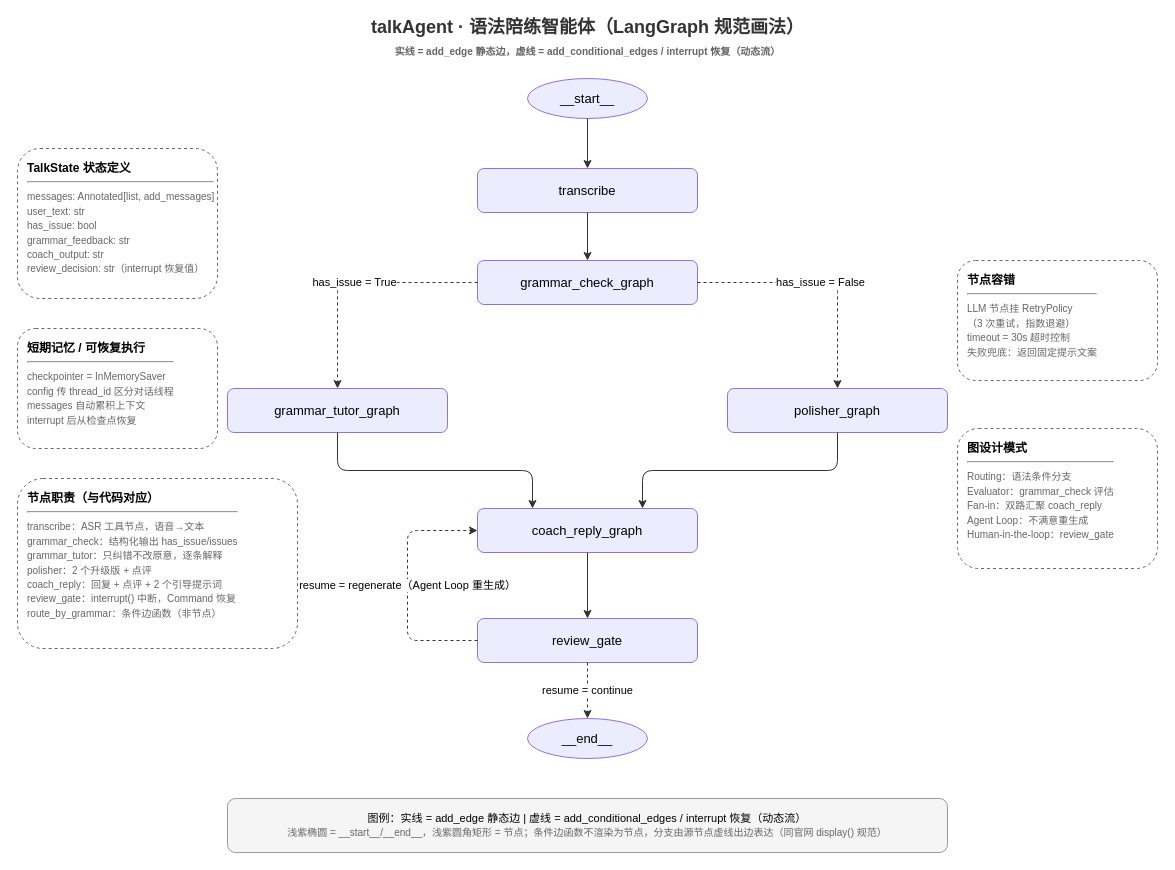
Before: backend/src/talk_agent/document/talk_agent_graph.drawio in Ekko306/dialog-ai, a draw.io diagram. Source tidied: cells renumbered, new cells numbered last; positions are measured from the earlier drawing's top-left corner, leaving out a move shared by most shapes. Both pictures are drawn from the tidied source at 100%, with x=0, y=0 at pixel (17, 18).
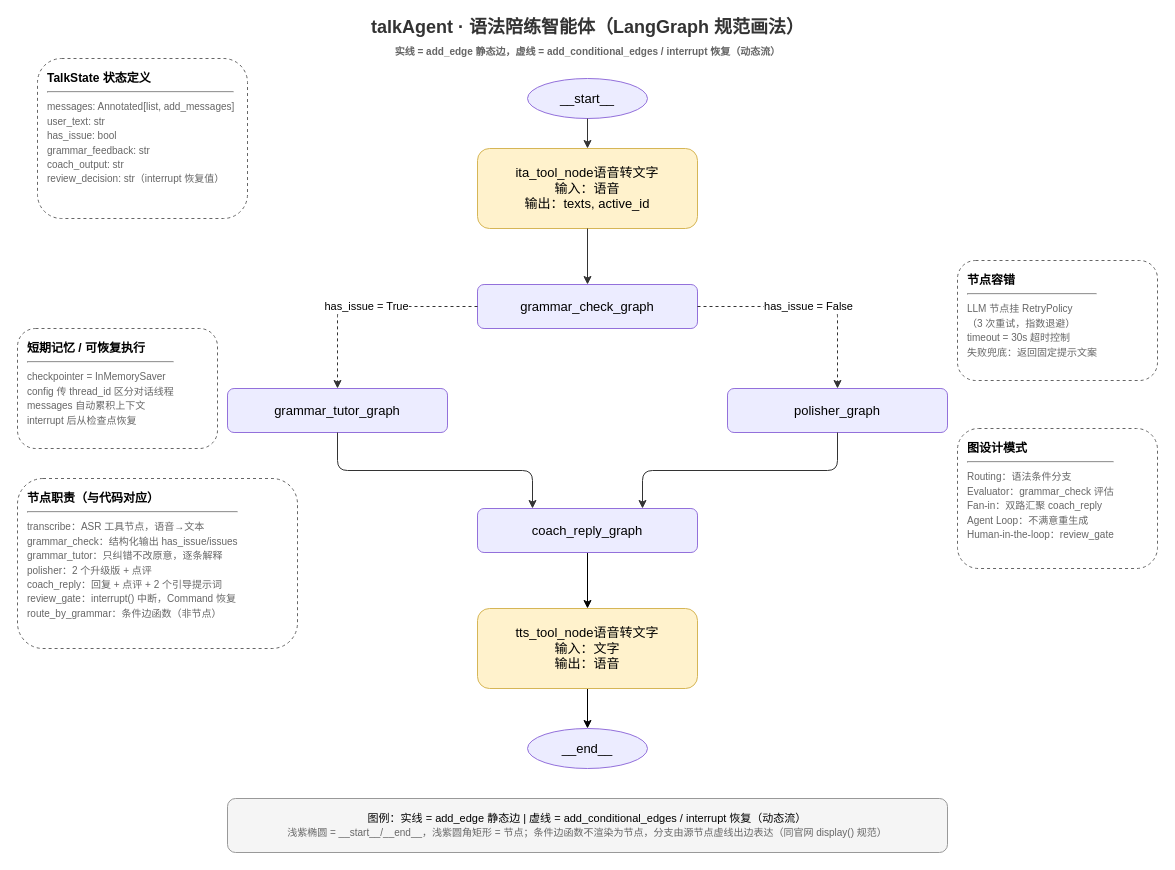
The same diagram, later.

Unchanged cells that the change refers to:
```xml
<mxCell id="8" value="coach_reply_graph" style="rounded=1;whiteSpace=wrap;html=1;fillColor=#ECECFF;strokeColor=#9370DB;fontSize=13;" parent="1" vertex="1">
  <mxGeometry x="460" y="490" width="220" height="44" as="geometry" />
</mxCell>
```

What changed in the source:
```diff
@@
-    <mxCell id="4" value="transcribe" style="rounded=1;whiteSpace=wrap;html=1;fillColor=#ECECFF;strokeColor=#9370DB;fontSize=13;" parent="1" vertex="1">
-      <mxGeometry x="460" y="150" width="220" height="44" as="geometry" />
+    <mxCell id="4" value="ita_tool_node语音转文字&lt;br&gt;输入：语音&lt;br&gt;输出：texts, active_id" style="rounded=1;whiteSpace=wrap;html=1;fillColor=#fff2cc;strokeColor=#d6b656;fontSize=13;" parent="1" vertex="1">
+      <mxGeometry x="460" y="130" width="220" height="80" as="geometry" />
     </mxCell>
     <mxCell id="5" value="grammar_check_graph" style="rounded=1;whiteSpace=wrap;html=1;fillColor=#ECECFF;strokeColor=#9370DB;fontSize=13;" parent="1" vertex="1">
-      <mxGeometry x="460" y="242" width="220" height="44" as="geometry" />
+      <mxGeometry x="460" y="266" width="220" height="44" as="geometry" />
     </mxCell>
@@
+    <mxCell id="26" style="edgeStyle=none;html=1;" parent="1" edge="1" source="8" target="28">
+      <mxGeometry relative="1" as="geometry" />
+    </mxCell>
@@
-    <mxCell id="9" value="review_gate" style="rounded=1;whiteSpace=wrap;html=1;fillColor=#ECECFF;strokeColor=#9370DB;fontSize=13;" parent="1" vertex="1">
-      <mxGeometry x="460" y="600" width="220" height="44" as="geometry" />
-    </mxCell>
     <mxCell id="10" value="__end__" style="ellipse;whiteSpace=wrap;html=1;fillColor=#ECECFF;strokeColor=#9370DB;fontSize=13;" parent="1" vertex="1">
-      <mxGeometry x="510" y="700" width="120" height="40" as="geometry" />
+      <mxGeometry x="510" y="710" width="120" height="40" as="geometry" />
     </mxCell>
@@
-    <mxCell id="17" style="edgeStyle=orthogonalEdgeStyle;rounded=1;html=1;strokeColor=#333333;fontSize=11;" parent="1" edge="1" source="8" target="9">
-      <mxGeometry relative="1" as="geometry" />
-    </mxCell>
-    <mxCell id="18" value="resume = continue" style="edgeStyle=orthogonalEdgeStyle;rounded=1;html=1;dashed=1;strokeColor=#333333;fontSize=11;exitX=0.5;exitY=1;exitDx=0;exitDy=0;entryX=0.5;entryY=0;entryDx=0;entryDy=0;" parent="1" edge="1" source="9" target="10">
-      <mxGeometry relative="1" as="geometry" />
-    </mxCell>
-    <mxCell id="19" value="resume = regenerate（Agent Loop 重生成）" style="edgeStyle=orthogonalEdgeStyle;rounded=1;html=1;dashed=1;strokeColor=#333333;fontSize=11;exitX=0;exitY=0.5;exitDx=0;exitDy=0;entryX=0;entryY=0.5;entryDx=0;entryDy=0;" parent="1" edge="1" source="9" target="8">
-      <mxGeometry relative="1" as="geometry">
-        <Array as="points">
-          <mxPoint x="390" y="622" />
-          <mxPoint x="390" y="512" />
-        </Array>
-      </mxGeometry>
-    </mxCell>
     <mxCell id="20" value="&lt;b&gt;TalkState 状态定义&lt;/b&gt;&lt;hr&gt;&lt;font style=&quot;font-size:10px&quot; color=&quot;#666666&quot;&gt;messages: Annotated[list, add_messages]&lt;br&gt;user_text: str&lt;br&gt;has_issue: bool&lt;br&gt;grammar_feedback: str&lt;br&gt;coach_output: str&lt;br&gt;review_decision: str（interrupt 恢复值）&lt;/font&gt;" style="rounded=1;whiteSpace=wrap;html=1;dashed=1;fillColor=none;strokeColor=#666666;align=left;verticalAlign=top;fontSize=12;spacingLeft=8;spacingTop=6;" parent="1" vertex="1">
-      <mxGeometry y="130" width="200" height="150" as="geometry" />
+      <mxGeometry x="20" y="40" width="210" height="160" as="geometry" />
     </mxCell>
@@
+    <mxCell id="27" style="edgeStyle=none;html=1;" parent="1" edge="1" source="28" target="10">
+      <mxGeometry relative="1" as="geometry" />
+    </mxCell>
+    <mxCell id="28" value="tts_tool_node语音转文字&lt;br&gt;输入：文字&lt;br&gt;输出：语音" style="rounded=1;whiteSpace=wrap;html=1;fillColor=#fff2cc;strokeColor=#d6b656;fontSize=13;" parent="1" vertex="1">
+      <mxGeometry x="460" y="590" width="220" height="80" as="geometry" />
+    </mxCell>
```
